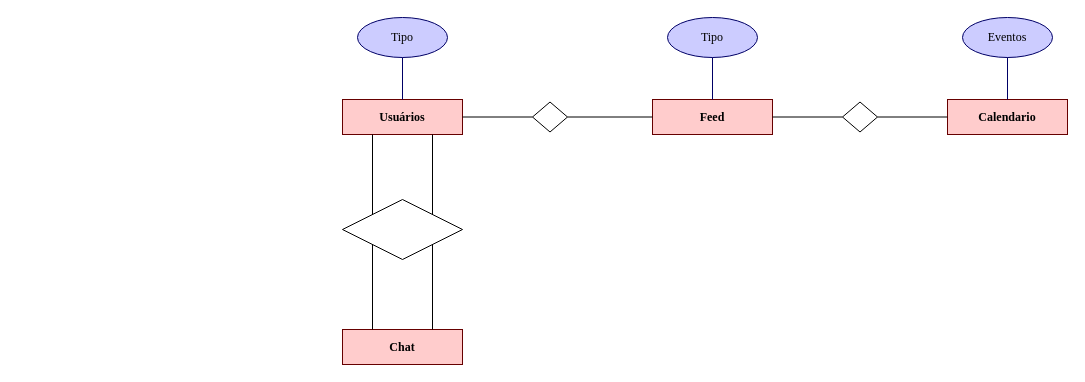
This is DERUconnect.drawio from Onalucrehr/DERUconnect, a draw.io file, before an edit. Source tidied: cells renumbered, new cells numbered last; positions are measured from the earlier drawing's top-left corner, leaving out a move shared by most shapes. Both pictures are drawn from the tidied source at 100%, with x=0, y=0 at pixel (342, 17).
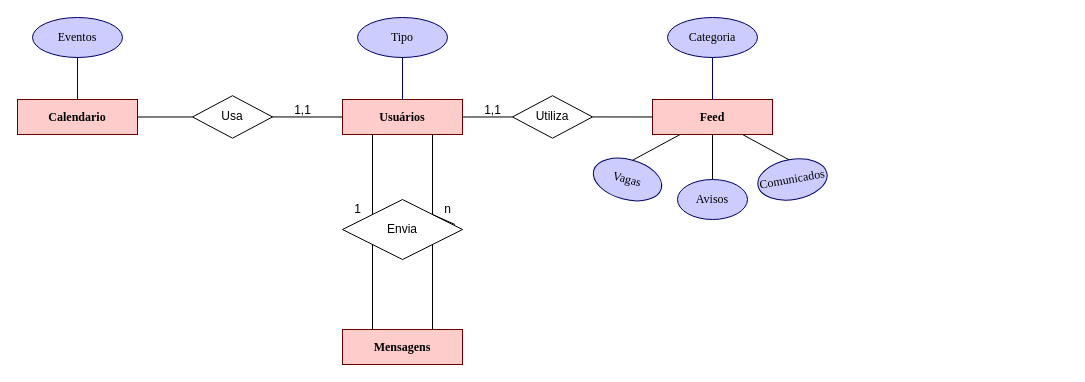
The same page after the edit.

The change refers to these unchanged cells:
```xml
<mxCell id="2" value="Usuários" style="rounded=0;whiteSpace=wrap;html=1;fillColor=#FFCCCC;strokeColor=#660000;fontFamily=Times New Roman;fontStyle=1;" parent="1" vertex="1">
  <mxGeometry y="82" width="120" height="35" as="geometry" />
</mxCell>
<mxCell id="5" value="Feed" style="rounded=0;whiteSpace=wrap;html=1;fillColor=#FFCCCC;strokeColor=#660000;fontFamily=Times New Roman;fontStyle=1;" parent="1" vertex="1">
  <mxGeometry x="310" y="82" width="120" height="35" as="geometry" />
</mxCell>
```

Diff of the diagram source:
```diff
@@
-    <mxCell id="6" value="Tipo" style="ellipse;whiteSpace=wrap;html=1;fillColor=#CCCCFF;strokeColor=#000066;fontFamily=Times New Roman;fontStyle=0;" parent="1" vertex="1">
+    <mxCell id="6" value="Categoria" style="ellipse;whiteSpace=wrap;html=1;fillColor=#CCCCFF;strokeColor=#000066;fontFamily=Times New Roman;fontStyle=0;" parent="1" vertex="1">
       <mxGeometry x="325" width="90" height="40" as="geometry" />
     </mxCell>
@@
     <mxCell id="8" value="Calendario" style="rounded=0;whiteSpace=wrap;html=1;fillColor=#FFCCCC;strokeColor=#660000;fontFamily=Times New Roman;fontStyle=1;" parent="1" vertex="1">
-      <mxGeometry x="605" y="82" width="120" height="35" as="geometry" />
+      <mxGeometry x="-325" y="82" width="120" height="35" as="geometry" />
     </mxCell>
     <mxCell id="9" value="Eventos" style="ellipse;whiteSpace=wrap;html=1;fillColor=#CCCCFF;strokeColor=#000066;fontFamily=Times New Roman;fontStyle=0;" parent="1" vertex="1">
-      <mxGeometry x="620" width="90" height="40" as="geometry" />
+      <mxGeometry x="-310" width="90" height="40" as="geometry" />
     </mxCell>
@@
-    <mxCell id="11" style="rhombus;whiteSpace=wrap;html=1;" parent="1" vertex="1">
-      <mxGeometry x="190" y="84.5" width="35" height="30" as="geometry" />
+    <mxCell id="11" value="Utiliza" style="rhombus;whiteSpace=wrap;html=1;" parent="1" vertex="1">
+      <mxGeometry x="170" y="78.2" width="80" height="42.5" as="geometry" />
     </mxCell>
-    <mxCell id="12" style="rhombus;whiteSpace=wrap;html=1;" parent="1" vertex="1">
-      <mxGeometry x="500" y="84.5" width="35" height="30" as="geometry" />
-    </mxCell>
-    <mxCell id="13" value="Chat" style="rounded=0;whiteSpace=wrap;html=1;fillColor=#FFCCCC;strokeColor=#660000;fontFamily=Times New Roman;fontStyle=1;" parent="1" vertex="1">
+    <mxCell id="13" value="Mensagens" style="rounded=0;whiteSpace=wrap;html=1;fillColor=#FFCCCC;strokeColor=#660000;fontFamily=Times New Roman;fontStyle=1;" parent="1" vertex="1">
       <mxGeometry y="312" width="120" height="35" as="geometry" />
     </mxCell>
@@
-    <mxCell id="16" style="rhombus;whiteSpace=wrap;html=1;" parent="1" vertex="1">
+    <mxCell id="16" value="Envia" style="rhombus;whiteSpace=wrap;html=1;" parent="1" vertex="1">
       <mxGeometry y="182" width="120" height="60" as="geometry" />
     </mxCell>
@@
-    <mxCell id="21" style="endArrow=none;html=1;rounded=0;exitX=1;exitY=0.5;exitDx=0;exitDy=0;" parent="1" edge="1" source="5" target="12">
-      <mxGeometry relative="1" as="geometry" />
-    </mxCell>
-    <mxCell id="22" style="endArrow=none;html=1;rounded=0;exitX=1;exitY=0.5;exitDx=0;exitDy=0;entryX=0;entryY=0.5;entryDx=0;entryDy=0;" parent="1" edge="1" source="12" target="8">
-      <mxGeometry relative="1" as="geometry" />
-    </mxCell>
+    <mxCell id="23" value="Vagas" style="ellipse;whiteSpace=wrap;html=1;fillColor=#CCCCFF;strokeColor=#000066;fontFamily=Times New Roman;fontStyle=0;rotation=15;" parent="1" vertex="1">
+      <mxGeometry x="250" y="142" width="70" height="40" as="geometry" />
+    </mxCell>
+    <mxCell id="24" value="Avisos" style="ellipse;whiteSpace=wrap;html=1;fillColor=#CCCCFF;strokeColor=#000066;fontFamily=Times New Roman;fontStyle=0;" parent="1" vertex="1">
+      <mxGeometry x="335" y="162" width="70" height="40" as="geometry" />
+    </mxCell>
+    <mxCell id="25" value="Comunicados" style="ellipse;whiteSpace=wrap;html=1;fillColor=#CCCCFF;strokeColor=#000066;fontFamily=Times New Roman;fontStyle=0;rotation=-10;" parent="1" vertex="1">
+      <mxGeometry x="415" y="142" width="70" height="40" as="geometry" />
+    </mxCell>
+    <mxCell id="26" style="endArrow=none;html=1;rounded=0;exitX=0.5;exitY=0;exitDx=0;exitDy=0;" parent="1" edge="1" source="23" target="5">
+      <mxGeometry relative="1" as="geometry" />
+    </mxCell>
+    <mxCell id="27" style="endArrow=none;html=1;rounded=0;exitX=0.5;exitY=0;exitDx=0;exitDy=0;" parent="1" edge="1" source="24" target="5">
+      <mxGeometry relative="1" as="geometry" />
+    </mxCell>
+    <mxCell id="28" style="endArrow=none;html=1;rounded=0;exitX=0.5;exitY=0;exitDx=0;exitDy=0;entryX=0.75;entryY=1;entryDx=0;entryDy=0;" parent="1" edge="1" source="25" target="5">
+      <mxGeometry relative="1" as="geometry" />
+    </mxCell>
+    <mxCell id="29" style="endArrow=none;html=1;rounded=0;exitX=1;exitY=0.5;exitDx=0;exitDy=0;" parent="1" edge="1" source="31">
+      <mxGeometry relative="1" as="geometry">
+        <mxPoint x="-90" y="103" as="targetPoint" />
+      </mxGeometry>
+    </mxCell>
+    <mxCell id="30" style="endArrow=none;html=1;rounded=0;exitX=1;exitY=0.5;exitDx=0;exitDy=0;" parent="1" edge="1" source="8" target="31">
+      <mxGeometry relative="1" as="geometry" />
+    </mxCell>
+    <mxCell id="31" value="Usa" style="rhombus;whiteSpace=wrap;html=1;" parent="1" vertex="1">
+      <mxGeometry x="-150" y="78.2" width="80" height="42.5" as="geometry" />
+    </mxCell>
+    <mxCell id="32" style="endArrow=none;html=1;rounded=0;exitX=1;exitY=0.5;exitDx=0;exitDy=0;entryX=0;entryY=0.5;entryDx=0;entryDy=0;" parent="1" edge="1" source="31" target="2">
+      <mxGeometry relative="1" as="geometry" />
+    </mxCell>
+    <mxCell id="33" value="1" style="text;html=1;align=center;verticalAlign=middle;strokeColor=none;fillColor=none;" parent="1" vertex="1">
+      <mxGeometry y="177" width="30" height="30" as="geometry" />
+    </mxCell>
+    <mxCell id="34" style="endArrow=none;html=1;rounded=0;exitX=1;exitY=0;exitDx=0;exitDy=0;entryX=0.75;entryY=1;entryDx=0;entryDy=0;" parent="1" edge="1" source="16" target="35">
+      <mxGeometry relative="1" as="geometry" />
+    </mxCell>
+    <mxCell id="35" value="n" style="text;html=1;align=center;verticalAlign=middle;points=[];strokeColor=none;fillColor=none;" parent="1" vertex="1">
+      <mxGeometry x="90" y="177" width="30" height="30" as="geometry" />
+    </mxCell>
+    <mxCell id="36" value="1,1" style="text;html=1;align=center;verticalAlign=middle;strokeColor=none;fillColor=none;" parent="1" vertex="1">
+      <mxGeometry x="-60" y="78.2" width="40" height="30" as="geometry" />
+    </mxCell>
+    <mxCell id="37" value="1,1" style="text;html=1;align=center;verticalAlign=middle;strokeColor=none;fillColor=none;" parent="1" vertex="1">
+      <mxGeometry x="130" y="78.2" width="40" height="30" as="geometry" />
+    </mxCell>
```
